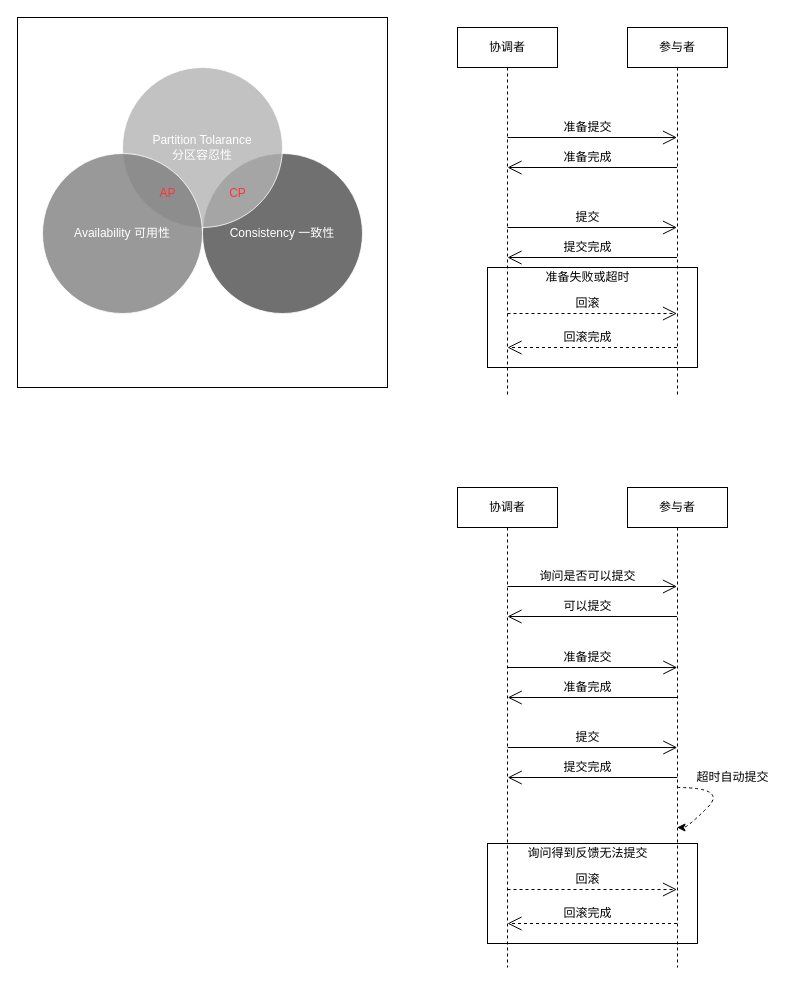
yutanzhang/blog keeps this draw.io diagram as source/_posts/draw/cap.drawio. Above is the earlier version. Source tidied: cells renumbered, new cells numbered last; positions are measured from the earlier drawing's top-left corner, leaving out a move shared by most shapes. Both pictures are drawn from the tidied source at 100%, with x=0, y=0 at pixel (17, 17).
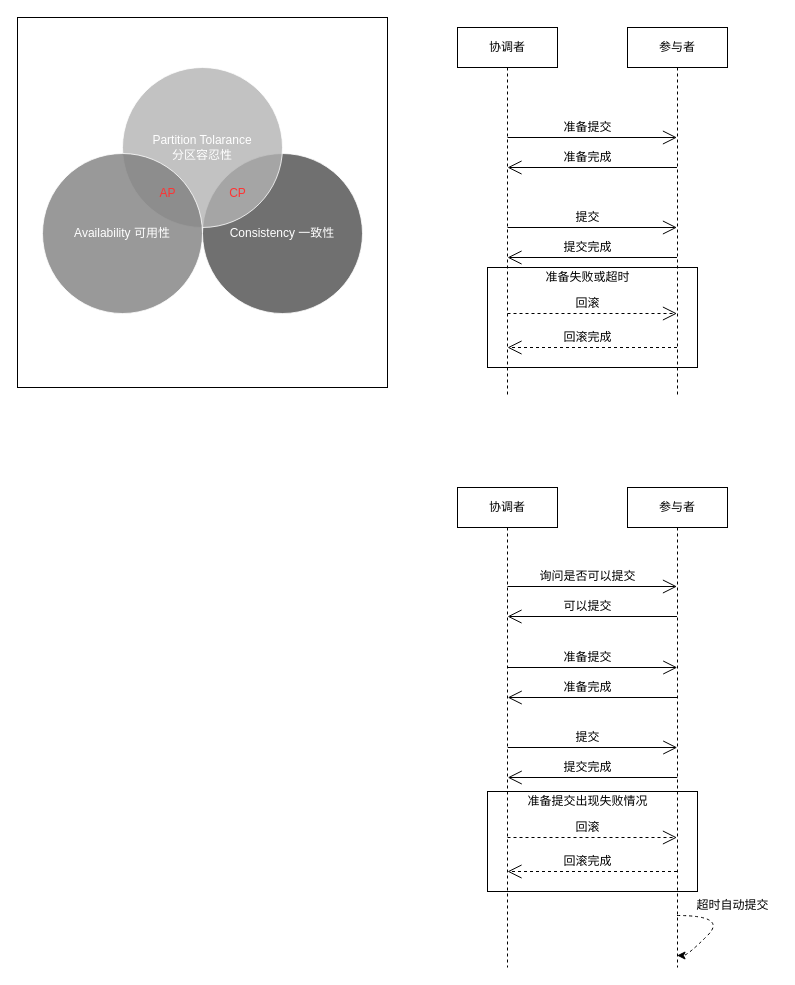
The same diagram, later.

Commit message (it also covers changes not shown here):
流程图问题修改

The change refers to these unchanged cells:
```xml
<mxCell id="33" value="参与者" style="shape=umlLifeline;perimeter=lifelinePerimeter;whiteSpace=wrap;html=1;outlineConnect=0;fillColor=#FFFFFF;strokeColor=#000000;fontColor=#000000;" parent="1" vertex="1">
  <mxGeometry x="610" y="470" width="100" height="480" as="geometry" />
</mxCell>
```

What changed in the source:
```diff
@@
     <mxCell id="2" style="rounded=0;whiteSpace=wrap;html=1;fontColor=#000000;strokeColor=#000000;fillColor=#FFFFFF;" parent="1" vertex="1">
-      <mxGeometry x="470" y="826" width="210" height="100" as="geometry" />
+      <mxGeometry x="470" y="774" width="210" height="100" as="geometry" />
     </mxCell>
@@
     <mxCell id="35" style="endArrow=open;endFill=1;endSize=12;html=1;fontColor=#000000;strokeColor=#000000;dashed=1;" parent="33" edge="1">
       <mxGeometry relative="1" as="geometry">
-        <mxPoint x="-120" y="402" as="sourcePoint" />
-        <mxPoint x="49.5" y="402" as="targetPoint" />
+        <mxPoint x="-120" y="350" as="sourcePoint" />
+        <mxPoint x="49.5" y="350" as="targetPoint" />
       </mxGeometry>
     </mxCell>
     <mxCell id="36" style="endArrow=open;endFill=1;endSize=12;html=1;fontColor=#000000;strokeColor=#000000;dashed=1;" parent="33" edge="1">
       <mxGeometry relative="1" as="geometry">
-        <mxPoint x="49.5" y="436" as="sourcePoint" />
-        <mxPoint x="-120" y="436" as="targetPoint" />
+        <mxPoint x="49.5" y="384" as="sourcePoint" />
+        <mxPoint x="-120" y="384" as="targetPoint" />
       </mxGeometry>
     </mxCell>
     <mxCell id="37" value="回滚" style="text;html=1;align=center;verticalAlign=middle;fillColor=none;strokeColor=none;rounded=0;fontColor=#000000;" parent="33" vertex="1">
-      <mxGeometry x="-60" y="382" width="40" height="20" as="geometry" />
+      <mxGeometry x="-60" y="330" width="40" height="20" as="geometry" />
     </mxCell>
     <mxCell id="38" value="回滚完成" style="text;html=1;align=center;verticalAlign=middle;fillColor=none;strokeColor=none;rounded=0;fontColor=#000000;" parent="33" vertex="1">
-      <mxGeometry x="-70" y="416" width="60" height="20" as="geometry" />
+      <mxGeometry x="-70" y="364" width="60" height="20" as="geometry" />
     </mxCell>
-    <mxCell id="39" value="询问得到反馈无法提交" style="text;html=1;align=center;verticalAlign=middle;fillColor=none;strokeColor=none;rounded=0;fontColor=#000000;" parent="33" vertex="1">
-      <mxGeometry x="-110" y="356" width="140" height="20" as="geometry" />
+    <mxCell id="39" value="准备提交出现失败情况" style="text;html=1;align=center;verticalAlign=middle;fillColor=none;strokeColor=none;rounded=0;fontColor=#000000;" parent="33" vertex="1">
+      <mxGeometry x="-110" y="304" width="140" height="20" as="geometry" />
     </mxCell>
@@
-    <mxCell id="44" style="curved=1;endArrow=classic;html=1;dashed=1;labelBackgroundColor=none;fontColor=#000000;strokeColor=#000000;" parent="1" edge="1" source="33" target="33">
+    <mxCell id="44" style="curved=1;endArrow=classic;html=1;dashed=1;labelBackgroundColor=none;fontColor=#000000;strokeColor=#000000;" parent="1" edge="1">
       <mxGeometry relative="1" as="geometry">
+        <mxPoint x="659.5" y="898" as="sourcePoint" />
+        <mxPoint x="659.5" y="938" as="targetPoint" />
         <Array as="points">
-          <mxPoint x="710" y="770" />
-          <mxPoint x="670" y="810" />
+          <mxPoint x="710" y="898" />
+          <mxPoint x="670" y="938" />
         </Array>
       </mxGeometry>
     </mxCell>
     <mxCell id="45" value="超时自动提交" style="text;html=1;align=center;verticalAlign=middle;fillColor=none;strokeColor=none;rounded=0;fontColor=#000000;" parent="1" vertex="1">
-      <mxGeometry x="670" y="750" width="90" height="20" as="geometry" />
+      <mxGeometry x="670" y="878" width="90" height="20" as="geometry" />
     </mxCell>
```
